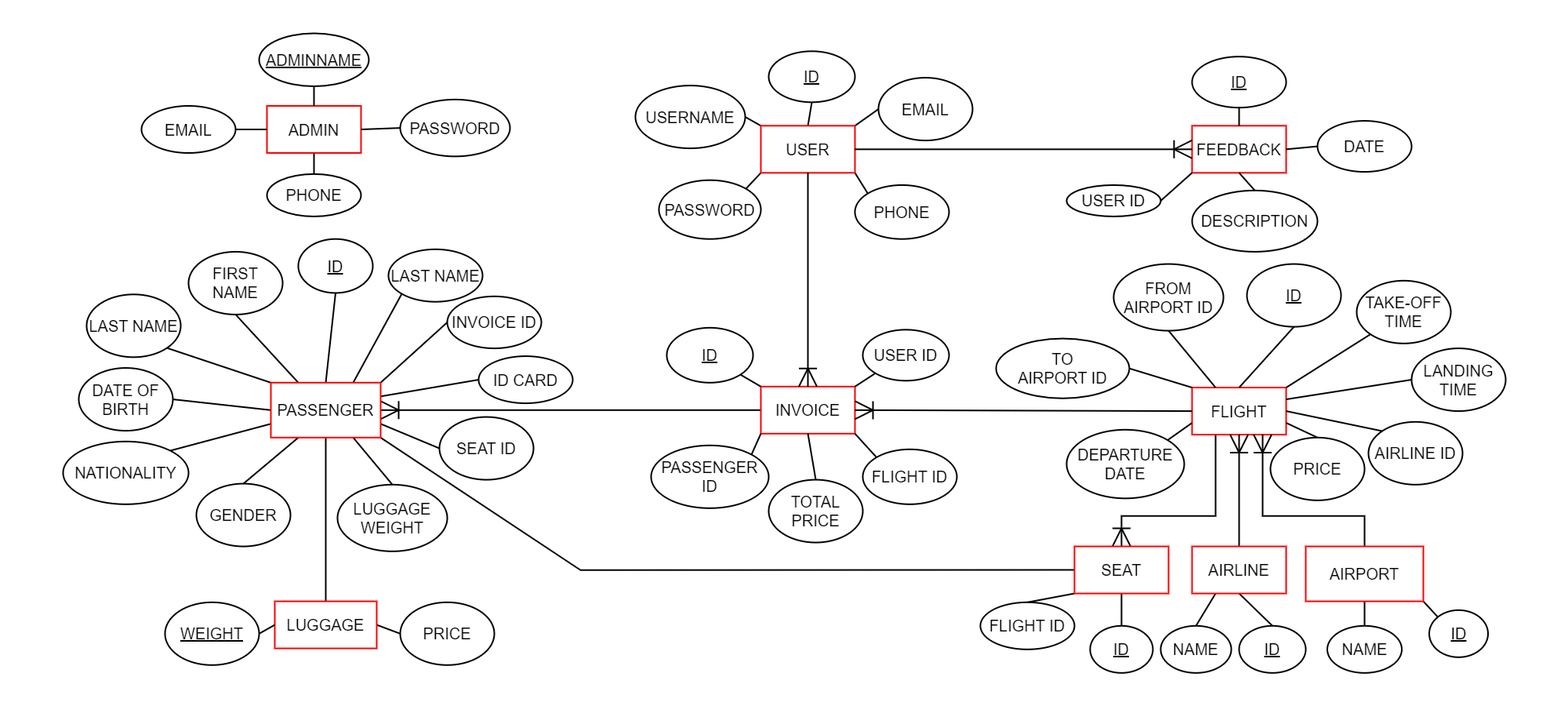
The draw.io diagram ERD/ERD.png in duykasama/Flight-Booking-Website, before a commit. Source tidied: cells renumbered, new cells last; positions are measured from the earlier drawing's top-left corner, leaving out a move shared by most shapes.
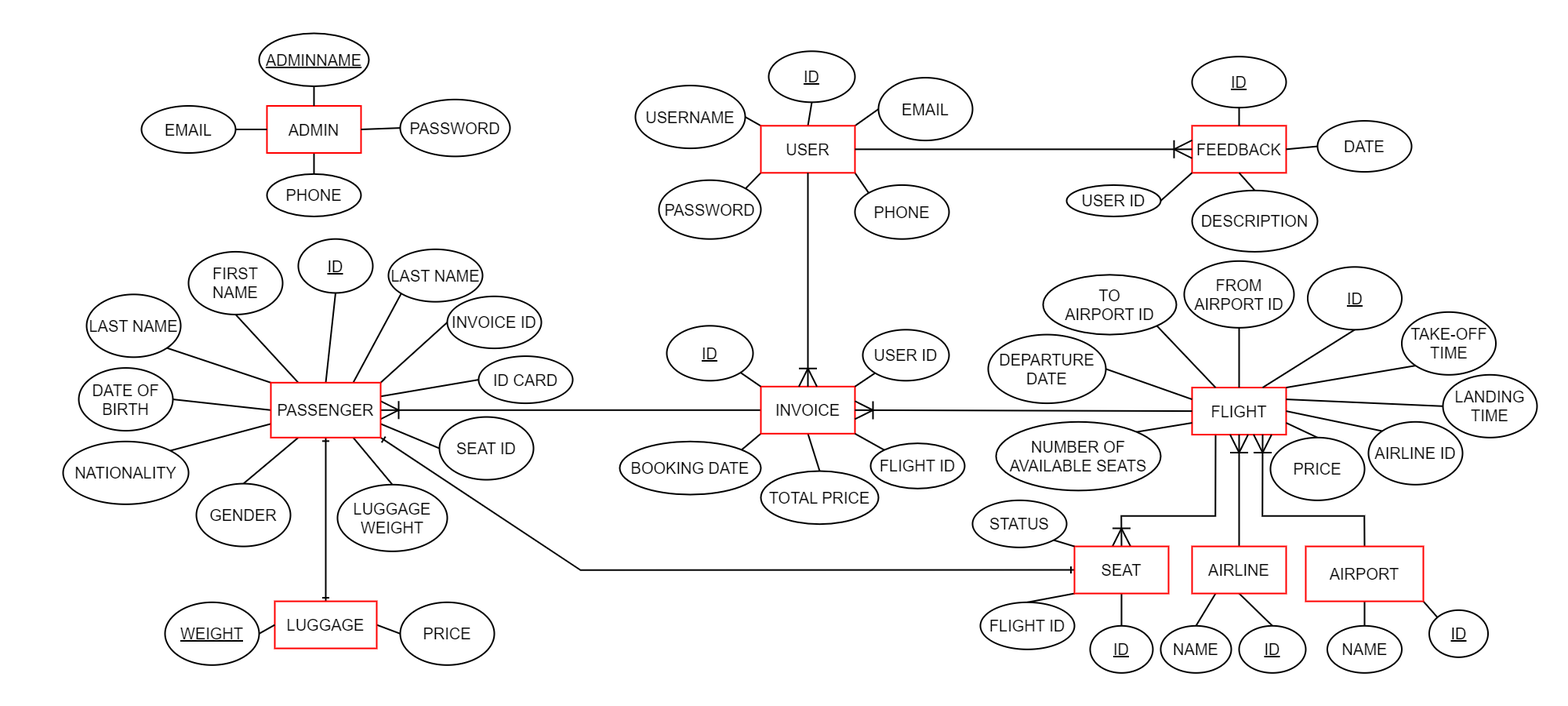
The same diagram one commit later.

What changed in the source:
```diff
@@ -13,11 +13,11 @@
     <mxCell id="3" value="&lt;font style=&quot;font-size: 20px;&quot;&gt;FLIGHT&lt;/font&gt;" style="whiteSpace=wrap;html=1;labelBackgroundColor=none;rounded=0;strokeWidth=2;strokeColor=#FF0000;" parent="1" vertex="1">
       <mxGeometry x="1440" y="451.6" width="120" height="60" as="geometry" />
     </mxCell>
-    <mxCell id="4" style="edgeStyle=none;shape=connector;rounded=0;jettySize=auto;html=1;exitX=0.5;exitY=1;exitDx=0;exitDy=0;entryX=0.5;entryY=0;entryDx=0;entryDy=0;labelBackgroundColor=none;strokeColor=default;strokeWidth=2;fontFamily=Helvetica;fontSize=20;fontColor=default;startArrow=none;startFill=0;endArrow=none;endFill=0;" parent="1" edge="1" source="5" target="3">
+    <mxCell id="4" style="edgeStyle=none;shape=connector;rounded=0;jettySize=auto;html=1;exitX=0.5;exitY=1;exitDx=0;exitDy=0;entryX=0.75;entryY=0;entryDx=0;entryDy=0;labelBackgroundColor=none;strokeColor=default;strokeWidth=2;fontFamily=Helvetica;fontSize=20;fontColor=default;startArrow=none;startFill=0;endArrow=none;endFill=0;" parent="1" edge="1" source="5" target="3">
       <mxGeometry relative="1" as="geometry" />
     </mxCell>
     <mxCell id="5" value="ID" style="ellipse;whiteSpace=wrap;html=1;strokeWidth=2;fontSize=20;labelBackgroundColor=none;rounded=0;fontStyle=4;" parent="1" vertex="1">
-      <mxGeometry x="1510" y="294.1" width="120" height="80" as="geometry" />
+      <mxGeometry x="1587.5" y="297.8" width="120" height="80" as="geometry" />
     </mxCell>
     <mxCell id="6" style="edgeStyle=none;shape=connector;rounded=0;jettySize=auto;html=1;exitX=0;exitY=0;exitDx=0;exitDy=0;entryX=1;entryY=0.5;entryDx=0;entryDy=0;labelBackgroundColor=none;strokeColor=default;strokeWidth=2;fontFamily=Helvetica;fontSize=20;fontColor=default;startArrow=none;startFill=0;endArrow=none;endFill=0;" parent="1" edge="1" source="7" target="3">
       <mxGeometry relative="1" as="geometry" />
@@ -25,17 +25,17 @@
     <mxCell id="7" value="AIRLINE ID" style="ellipse;whiteSpace=wrap;html=1;strokeWidth=2;fontSize=20;labelBackgroundColor=none;rounded=0;" parent="1" vertex="1">
       <mxGeometry x="1665" y="495.3" width="120" height="80" as="geometry" />
     </mxCell>
-    <mxCell id="8" style="edgeStyle=none;shape=connector;rounded=0;jettySize=auto;html=1;exitX=1;exitY=0;exitDx=0;exitDy=0;entryX=0;entryY=0.75;entryDx=0;entryDy=0;labelBackgroundColor=none;strokeColor=default;strokeWidth=2;fontFamily=Helvetica;fontSize=20;fontColor=default;startArrow=none;startFill=0;endArrow=none;endFill=0;" parent="1" edge="1" source="9" target="3">
+    <mxCell id="8" style="edgeStyle=none;rounded=0;jettySize=auto;html=1;exitX=1;exitY=0.5;exitDx=0;exitDy=0;entryX=0;entryY=0.25;entryDx=0;entryDy=0;strokeWidth=2;endArrow=none;endFill=0;" parent="1" edge="1" source="9" target="3">
       <mxGeometry relative="1" as="geometry" />
     </mxCell>
     <mxCell id="9" value="DEPARTURE DATE" style="ellipse;whiteSpace=wrap;html=1;strokeWidth=2;fontSize=20;labelBackgroundColor=none;rounded=0;" parent="1" vertex="1">
-      <mxGeometry x="1280" y="505.3" width="150" height="87.5" as="geometry" />
+      <mxGeometry x="1180" y="384.1" width="150" height="87.5" as="geometry" />
     </mxCell>
     <mxCell id="10" style="edgeStyle=none;shape=connector;rounded=0;jettySize=auto;html=1;exitX=0;exitY=1;exitDx=0;exitDy=0;entryX=1;entryY=0;entryDx=0;entryDy=0;labelBackgroundColor=none;strokeColor=default;strokeWidth=2;fontFamily=Helvetica;fontSize=20;fontColor=default;startArrow=none;startFill=0;endArrow=none;endFill=0;" parent="1" edge="1" source="11" target="3">
       <mxGeometry relative="1" as="geometry" />
     </mxCell>
     <mxCell id="11" value="TAKE-OFF TIME" style="ellipse;whiteSpace=wrap;html=1;strokeWidth=2;fontSize=20;labelBackgroundColor=none;rounded=0;" parent="1" vertex="1">
-      <mxGeometry x="1650" y="315.3" width="120" height="80" as="geometry" />
+      <mxGeometry x="1707.5" y="355.3" width="120" height="80" as="geometry" />
     </mxCell>
     <mxCell id="12" style="edgeStyle=none;shape=connector;rounded=0;jettySize=auto;html=1;exitX=0.5;exitY=0;exitDx=0;exitDy=0;entryX=1;entryY=0.75;entryDx=0;entryDy=0;labelBackgroundColor=none;strokeColor=default;strokeWidth=2;fontFamily=Helvetica;fontSize=20;fontColor=default;startArrow=none;startFill=0;endArrow=none;endFill=0;" parent="1" edge="1" source="13" target="3">
       <mxGeometry relative="1" as="geometry" />
@@ -43,15 +43,21 @@
     <mxCell id="13" value="PRICE" style="ellipse;whiteSpace=wrap;html=1;strokeWidth=2;fontSize=20;labelBackgroundColor=none;rounded=0;" parent="1" vertex="1">
       <mxGeometry x="1540" y="515.3" width="120" height="80" as="geometry" />
     </mxCell>
-    <mxCell id="14" style="edgeStyle=none;shape=connector;rounded=0;jettySize=auto;html=1;exitX=0.5;exitY=1;exitDx=0;exitDy=0;entryX=0.25;entryY=0;entryDx=0;entryDy=0;labelBackgroundColor=none;strokeColor=default;strokeWidth=2;fontFamily=Helvetica;fontSize=20;fontColor=default;startArrow=none;startFill=0;endArrow=none;endFill=0;" parent="1" edge="1" source="15" target="3">
+    <mxCell id="14" style="edgeStyle=none;shape=connector;rounded=0;jettySize=auto;html=1;exitX=0.5;exitY=1;exitDx=0;exitDy=0;entryX=0.5;entryY=0;entryDx=0;entryDy=0;labelBackgroundColor=none;strokeColor=default;strokeWidth=2;fontFamily=Helvetica;fontSize=20;fontColor=default;startArrow=none;startFill=0;endArrow=none;endFill=0;" parent="1" edge="1" source="15" target="3">
       <mxGeometry relative="1" as="geometry" />
     </mxCell>
     <mxCell id="15" value="FROM AIRPORT ID" style="ellipse;whiteSpace=wrap;html=1;strokeWidth=2;fontSize=20;labelBackgroundColor=none;rounded=0;" parent="1" vertex="1">
-      <mxGeometry x="1340" y="294.1" width="140" height="85" as="geometry" />
+      <mxGeometry x="1430" y="290.3" width="140" height="85" as="geometry" />
     </mxCell>
     <mxCell id="16" style="edgeStyle=orthogonalEdgeStyle;rounded=0;jettySize=auto;html=1;exitX=0;exitY=0.5;exitDx=0;exitDy=0;entryX=1;entryY=0.5;entryDx=0;entryDy=0;startArrow=none;startFill=0;endArrow=ERoneToMany;endFill=0;sourcePerimeterSpacing=10;targetPerimeterSpacing=10;strokeWidth=2;endSize=20;" parent="1" edge="1" source="17" target="50">
       <mxGeometry relative="1" as="geometry" />
     </mxCell>
+    <mxCell id="112" style="rounded=0;jettySize=auto;html=1;exitX=0;exitY=1;exitDx=0;exitDy=0;entryX=1;entryY=0;entryDx=0;entryDy=0;endArrow=none;endFill=0;strokeWidth=2;" parent="1" edge="1" source="17" target="76">
+      <mxGeometry relative="1" as="geometry" />
+    </mxCell>
+    <mxCell id="113" style="edgeStyle=none;rounded=0;jettySize=auto;html=1;exitX=0.5;exitY=1;exitDx=0;exitDy=0;entryX=0.5;entryY=0;entryDx=0;entryDy=0;strokeWidth=2;startArrow=none;startFill=0;endArrow=none;endFill=0;" parent="1" edge="1" source="17" target="118">
+      <mxGeometry relative="1" as="geometry" />
+    </mxCell>
     <mxCell id="17" value="INVOICE" style="whiteSpace=wrap;html=1;strokeWidth=2;fontSize=20;labelBackgroundColor=none;rounded=0;strokeColor=#FF0000;" parent="1" vertex="1">
       <mxGeometry x="890" y="450.3" width="120" height="60" as="geometry" />
     </mxCell>
@@ -112,10 +118,10 @@
     <mxCell id="36" value="PHONE" style="ellipse;whiteSpace=wrap;html=1;strokeWidth=2;fontSize=20;labelBackgroundColor=none;rounded=0;" parent="1" vertex="1">
       <mxGeometry x="1010" y="193.4" width="120" height="68.8" as="geometry" />
     </mxCell>
-    <mxCell id="37" style="edgeStyle=none;shape=connector;rounded=0;jettySize=auto;html=1;exitX=0.5;exitY=1;exitDx=0;exitDy=0;entryX=0.5;entryY=0;entryDx=0;entryDy=0;labelBackgroundColor=none;strokeColor=default;strokeWidth=2;fontFamily=Helvetica;fontSize=20;fontColor=default;startArrow=none;startFill=0;endArrow=none;endFill=0;" parent="1" edge="1" source="50" target="60">
+    <mxCell id="37" style="edgeStyle=none;shape=connector;rounded=0;jettySize=auto;html=1;exitX=0.5;exitY=1;exitDx=0;exitDy=0;entryX=0.5;entryY=0;entryDx=0;entryDy=0;labelBackgroundColor=none;strokeColor=default;strokeWidth=2;fontFamily=Helvetica;fontSize=20;fontColor=default;startArrow=ERone;startFill=0;endArrow=ERone;endFill=0;" parent="1" edge="1" source="50" target="60">
       <mxGeometry relative="1" as="geometry" />
     </mxCell>
-    <mxCell id="38" style="edgeStyle=none;shape=connector;rounded=0;jettySize=auto;html=1;exitX=1;exitY=1;exitDx=0;exitDy=0;entryX=0;entryY=0.5;entryDx=0;entryDy=0;labelBackgroundColor=none;strokeColor=default;strokeWidth=2;fontFamily=Helvetica;fontSize=20;fontColor=default;startArrow=none;startFill=0;endArrow=none;endFill=0;" parent="1" edge="1" source="50" target="96">
+    <mxCell id="38" style="edgeStyle=none;shape=connector;rounded=0;jettySize=auto;html=1;exitX=1;exitY=1;exitDx=0;exitDy=0;entryX=0;entryY=0.5;entryDx=0;entryDy=0;labelBackgroundColor=none;strokeColor=default;strokeWidth=2;fontFamily=Helvetica;fontSize=20;fontColor=default;startArrow=ERone;startFill=0;endArrow=ERone;endFill=0;" parent="1" edge="1" source="50" target="96">
       <mxGeometry relative="1" as="geometry">
         <Array as="points">
           <mxPoint x="660" y="684.3" />
@@ -158,17 +164,17 @@
     <mxCell id="50" value="PASSENGER" style="rounded=0;whiteSpace=wrap;html=1;strokeWidth=2;fontSize=20;labelBackgroundColor=none;strokeColor=#FF0000;" parent="1" vertex="1">
       <mxGeometry x="265" y="445.3" width="140" height="70" as="geometry" />
     </mxCell>
-    <mxCell id="51" style="edgeStyle=none;shape=connector;rounded=0;jettySize=auto;html=1;exitX=1;exitY=0.5;exitDx=0;exitDy=0;entryX=0;entryY=0;entryDx=0;entryDy=0;labelBackgroundColor=none;strokeColor=default;strokeWidth=2;fontFamily=Helvetica;fontSize=20;fontColor=default;startArrow=none;startFill=0;endArrow=none;endFill=0;" parent="1" edge="1" source="52" target="3">
+    <mxCell id="51" style="edgeStyle=none;shape=connector;rounded=0;jettySize=auto;html=1;exitX=1;exitY=1;exitDx=0;exitDy=0;entryX=0.25;entryY=0;entryDx=0;entryDy=0;labelBackgroundColor=none;strokeColor=default;strokeWidth=2;fontFamily=Helvetica;fontSize=20;fontColor=default;startArrow=none;startFill=0;endArrow=none;endFill=0;" parent="1" edge="1" source="52" target="3">
       <mxGeometry relative="1" as="geometry" />
     </mxCell>
     <mxCell id="52" value="TO&lt;br&gt;AIRPORT ID" style="ellipse;whiteSpace=wrap;html=1;strokeWidth=2;fontSize=20;labelBackgroundColor=none;rounded=0;" parent="1" vertex="1">
-      <mxGeometry x="1190" y="389.1" width="170" height="76.2" as="geometry" />
+      <mxGeometry x="1250" y="307.8" width="170" height="76.2" as="geometry" />
     </mxCell>
     <mxCell id="53" style="edgeStyle=none;shape=connector;rounded=0;jettySize=auto;html=1;exitX=0;exitY=0.5;exitDx=0;exitDy=0;entryX=1;entryY=0.25;entryDx=0;entryDy=0;labelBackgroundColor=none;strokeColor=default;strokeWidth=2;fontFamily=Helvetica;fontSize=20;fontColor=default;startArrow=none;startFill=0;endArrow=none;endFill=0;" parent="1" edge="1" source="54" target="3">
       <mxGeometry relative="1" as="geometry" />
     </mxCell>
     <mxCell id="54" value="LANDING TIME" style="ellipse;whiteSpace=wrap;html=1;strokeWidth=2;fontSize=20;labelBackgroundColor=none;rounded=0;" parent="1" vertex="1">
-      <mxGeometry x="1720" y="401.6" width="120" height="80" as="geometry" />
+      <mxGeometry x="1760" y="435.3" width="120" height="80" as="geometry" />
     </mxCell>
     <mxCell id="55" value="ID" style="ellipse;whiteSpace=wrap;html=1;strokeWidth=2;fontSize=20;labelBackgroundColor=none;rounded=0;fontStyle=4;" parent="1" vertex="1">
       <mxGeometry x="300" y="262.2" width="95" height="68.8" as="geometry" />
@@ -219,22 +225,19 @@
       <mxGeometry relative="1" as="geometry" />
     </mxCell>
     <mxCell id="71" value="FLIGHT ID" style="ellipse;whiteSpace=wrap;html=1;strokeWidth=2;fontSize=20;labelBackgroundColor=none;rounded=0;" parent="1" vertex="1">
-      <mxGeometry x="1020" y="530.3" width="120" height="70" as="geometry" />
+      <mxGeometry x="1030" y="522.6" width="120" height="57.7" as="geometry" />
     </mxCell>
     <mxCell id="72" style="edgeStyle=none;shape=connector;rounded=0;jettySize=auto;html=1;exitX=1;exitY=1;exitDx=0;exitDy=0;entryX=0;entryY=0;entryDx=0;entryDy=0;labelBackgroundColor=none;strokeColor=default;strokeWidth=2;fontFamily=Helvetica;fontSize=20;fontColor=default;startArrow=none;startFill=0;endArrow=none;endFill=0;" parent="1" edge="1" source="73" target="17">
       <mxGeometry relative="1" as="geometry" />
     </mxCell>
     <mxCell id="73" value="ID" style="ellipse;whiteSpace=wrap;html=1;strokeWidth=2;fontSize=20;labelBackgroundColor=none;rounded=0;fontStyle=4;" parent="1" vertex="1">
-      <mxGeometry x="770" y="375.3" width="110" height="70" as="geometry" />
+      <mxGeometry x="770" y="372.8" width="110" height="70" as="geometry" />
     </mxCell>
     <mxCell id="74" style="edgeStyle=orthogonalEdgeStyle;rounded=0;orthogonalLoop=1;jettySize=auto;html=1;exitX=0.5;exitY=1;exitDx=0;exitDy=0;fontSize=20;labelBackgroundColor=none;fontColor=default;strokeWidth=2;" parent="1" edge="1" source="73" target="73">
       <mxGeometry relative="1" as="geometry" />
     </mxCell>
-    <mxCell id="75" style="edgeStyle=none;shape=connector;rounded=0;jettySize=auto;html=1;exitX=0.5;exitY=0;exitDx=0;exitDy=0;entryX=0.5;entryY=1;entryDx=0;entryDy=0;labelBackgroundColor=none;strokeColor=default;strokeWidth=2;fontFamily=Helvetica;fontSize=20;fontColor=default;startArrow=none;startFill=0;endArrow=none;endFill=0;" parent="1" edge="1" source="76" target="17">
-      <mxGeometry relative="1" as="geometry" />
-    </mxCell>
-    <mxCell id="76" value="TOTAL PRICE" style="ellipse;whiteSpace=wrap;html=1;strokeWidth=2;fontSize=20;labelBackgroundColor=none;rounded=0;" parent="1" vertex="1">
-      <mxGeometry x="900" y="569.1" width="120" height="80" as="geometry" />
+    <mxCell id="76" value="BOOKING DATE" style="ellipse;whiteSpace=wrap;html=1;strokeWidth=2;fontSize=20;labelBackgroundColor=none;rounded=0;" parent="1" vertex="1">
+      <mxGeometry x="710" y="520.3" width="180" height="67.7" as="geometry" />
     </mxCell>
     <mxCell id="77" value="LUGGAGE WEIGHT" style="ellipse;whiteSpace=wrap;html=1;strokeWidth=2;fontSize=20;labelBackgroundColor=none;rounded=0;" parent="1" vertex="1">
       <mxGeometry x="350" y="575.3" width="140" height="85" as="geometry" />
@@ -314,12 +317,6 @@
     <mxCell id="102" style="fontSize=11;html=1;endArrow=ERoneToMany;rounded=0;entryX=1;entryY=0.5;entryDx=0;entryDy=0;exitX=0;exitY=0.5;exitDx=0;exitDy=0;labelBackgroundColor=default;fontColor=default;strokeWidth=2;startArrow=none;startFill=0;endFill=0;sourcePerimeterSpacing=10;targetPerimeterSpacing=10;endSize=20;" parent="1" edge="1" source="3" target="17">
       <mxGeometry relative="1" as="geometry" />
     </mxCell>
-    <mxCell id="103" style="edgeStyle=none;shape=connector;rounded=0;jettySize=auto;html=1;exitX=1;exitY=0;exitDx=0;exitDy=0;entryX=0;entryY=1;entryDx=0;entryDy=0;labelBackgroundColor=none;strokeColor=default;strokeWidth=2;fontFamily=Helvetica;fontSize=20;fontColor=default;startArrow=none;startFill=0;endArrow=none;endFill=0;" parent="1" edge="1" source="104" target="17">
-      <mxGeometry relative="1" as="geometry" />
-    </mxCell>
-    <mxCell id="104" value="PASSENGER ID" style="ellipse;whiteSpace=wrap;html=1;strokeWidth=2;fontSize=20;labelBackgroundColor=none;rounded=0;" parent="1" vertex="1">
-      <mxGeometry x="750" y="525.3" width="150" height="80" as="geometry" />
-    </mxCell>
     <mxCell id="105" style="edgeStyle=orthogonalEdgeStyle;rounded=0;jettySize=auto;html=1;exitX=0.5;exitY=0;exitDx=0;exitDy=0;entryX=0.75;entryY=1;entryDx=0;entryDy=0;strokeWidth=2;startArrow=none;startFill=0;endArrow=ERoneToMany;endFill=0;endSize=20;sourcePerimeterSpacing=10;targetPerimeterSpacing=10;" parent="1" edge="1" source="108" target="3">
       <mxGeometry relative="1" as="geometry">
         <Array as="points">
@@ -346,5 +343,23 @@
     <mxCell id="111" value="ID" style="ellipse;whiteSpace=wrap;html=1;strokeWidth=2;fontSize=20;labelBackgroundColor=none;rounded=0;fontStyle=4;" parent="1" vertex="1">
       <mxGeometry x="900" y="22.8" width="110" height="65" as="geometry" />
     </mxCell>
+    <mxCell id="114" style="edgeStyle=none;rounded=0;jettySize=auto;html=1;exitX=1;exitY=1;exitDx=0;exitDy=0;entryX=0;entryY=0;entryDx=0;entryDy=0;strokeWidth=2;endArrow=none;endFill=0;" parent="1" edge="1" source="115" target="96">
+      <mxGeometry relative="1" as="geometry" />
+    </mxCell>
+    <mxCell id="115" value="STATUS" style="ellipse;whiteSpace=wrap;html=1;strokeWidth=2;fontSize=20;labelBackgroundColor=none;rounded=0;" parent="1" vertex="1">
+      <mxGeometry x="1160" y="595.3" width="120" height="60" as="geometry" />
+    </mxCell>
+    <mxCell id="116" style="edgeStyle=none;rounded=0;jettySize=auto;html=1;exitX=1;exitY=0;exitDx=0;exitDy=0;entryX=0;entryY=0.75;entryDx=0;entryDy=0;strokeWidth=2;endArrow=none;endFill=0;" parent="1" edge="1" source="117" target="3">
+      <mxGeometry relative="1" as="geometry" />
+    </mxCell>
+    <mxCell id="117" value="NUMBER OF AVAILABLE SEATS" style="ellipse;whiteSpace=wrap;html=1;strokeWidth=2;fontSize=20;labelBackgroundColor=none;rounded=0;" parent="1" vertex="1">
+      <mxGeometry x="1190" y="495.3" width="210" height="87.5" as="geometry" />
+    </mxCell>
+    <mxCell id="118" value="TOTAL PRICE" style="ellipse;whiteSpace=wrap;html=1;strokeWidth=2;fontSize=20;labelBackgroundColor=none;rounded=0;" parent="1" vertex="1">
+      <mxGeometry x="890" y="558" width="150" height="67.7" as="geometry" />
+    </mxCell>
+    <mxCell id="119" style="edgeStyle=none;rounded=0;orthogonalLoop=1;jettySize=auto;html=1;exitX=1;exitY=1;exitDx=0;exitDy=0;strokeWidth=2;startArrow=ERone;startFill=0;endArrow=ERone;endFill=0;" parent="1" edge="1" source="69" target="69">
+      <mxGeometry relative="1" as="geometry" />
+    </mxCell>
   </root>
 </mxGraphModel>
```
